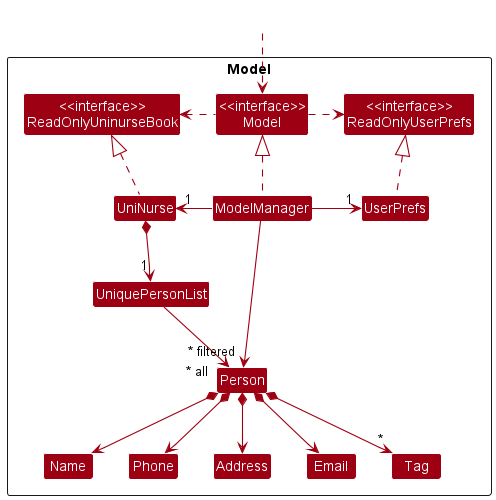
Earlier version of the PlantUML export docs/images/ModelClassDiagram.png (nus-cs2103-AY2223S1/tp).
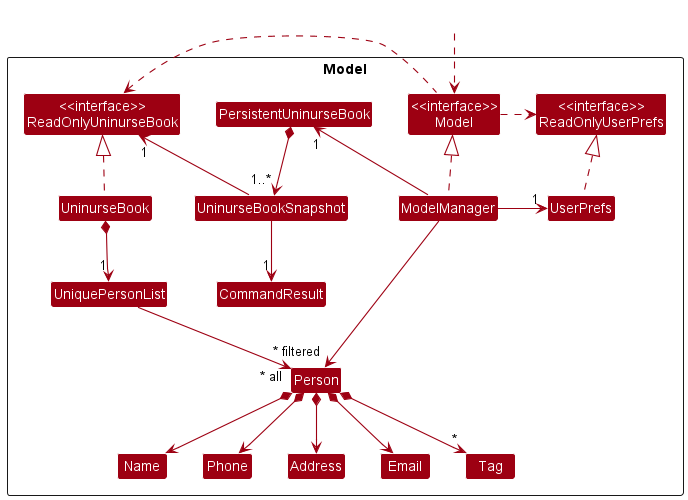
After the commit.

Diff of the diagram source:
```diff
@@ -8,9 +8,13 @@
 Class "<<interface>>\nReadOnlyUninurseBook" as ReadOnlyUninurseBook
 Class "<<interface>>\nReadOnlyUserPrefs" as ReadOnlyUserPrefs
 Class "<<interface>>\nModel" as Model
-Class UniNurse
+Class UninurseBook
 Class ModelManager
 Class UserPrefs
+
+Class PersistentUninurseBook
+Class UninurseBookSnapshot
+Class CommandResult
 
 Class UniquePersonList
 Class Person
@@ -25,16 +29,20 @@
 Class HiddenOutside #FFFFFF
 HiddenOutside ..> Model
 
-UniNurse .up.|> ReadOnlyUninurseBook
+UninurseBook .up.|> ReadOnlyUninurseBook
 
 ModelManager .up.|> Model
 Model .right.> ReadOnlyUserPrefs
 Model .left.> ReadOnlyUninurseBook
-ModelManager -left-> "1" UniNurse
+ModelManager -left-> "1" PersistentUninurseBook
 ModelManager -right-> "1" UserPrefs
 UserPrefs .up.|> ReadOnlyUserPrefs
 
-UniNurse *--> "1" UniquePersonList
+PersistentUninurseBook *-down-> "1..*" UninurseBookSnapshot
+UninurseBookSnapshot -up-> "1" ReadOnlyUninurseBook
+UninurseBookSnapshot -down-> "1" CommandResult
+
+UninurseBook *--> "1" UniquePersonList
 UniquePersonList --> "~* all" Person
 Person *--> Name
 Person *--> Phone
```
